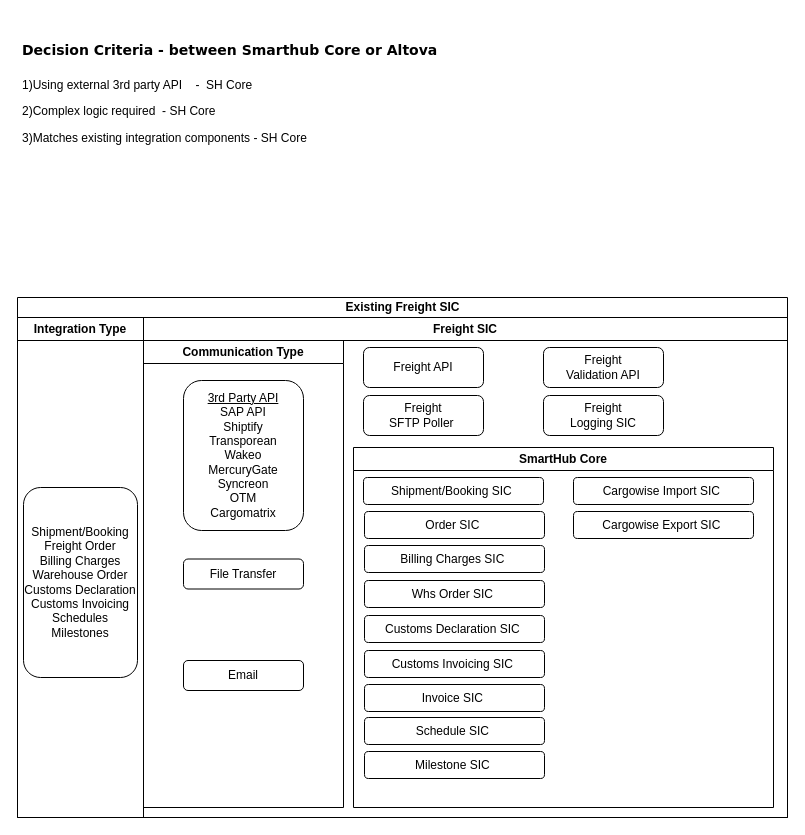
Cyrolies/TigersFreightDocs keeps this draw.io diagram as Untitled Diagram.drawio. Above is the earlier version. Source tidied: cells renumbered, new cells numbered last; positions are measured from the earlier drawing's top-left corner, leaving out a move shared by most shapes. Both pictures are drawn from the tidied source at 100%, with x=0, y=0 at pixel (17, 27).
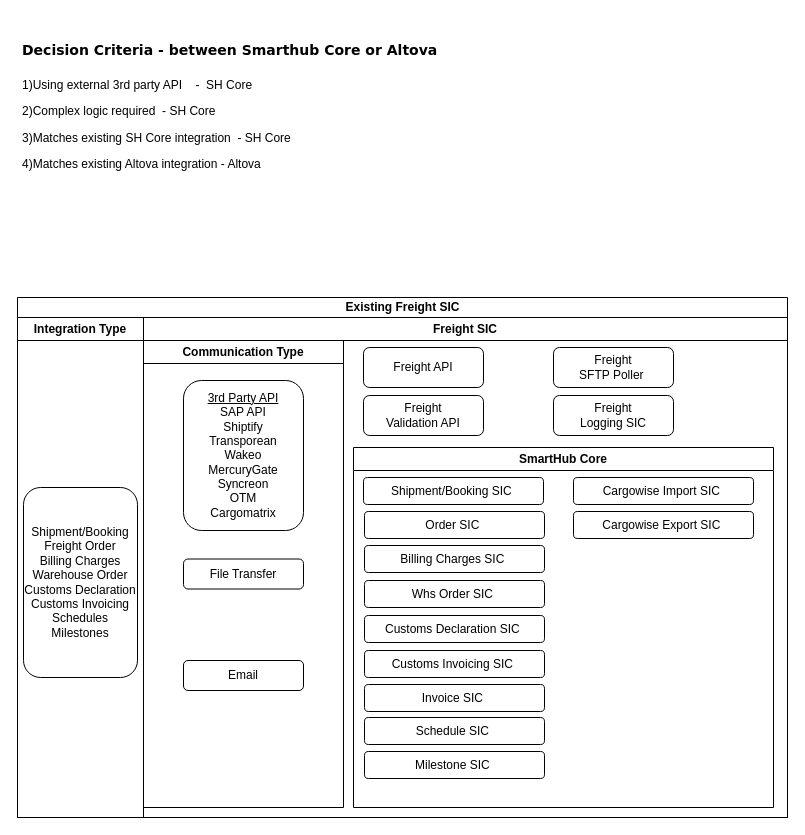
The same diagram, later.

Unchanged cells that the change refers to:
```xml
<mxCell id="5" value="Freight SIC" style="swimlane;whiteSpace=wrap;html=1;rounded=0;fontFamily=Helvetica;fontSize=12;fontColor=default;fillColor=none;gradientColor=none;" parent="2" vertex="1">
  <mxGeometry x="126" y="20" width="644" height="500" as="geometry" />
</mxCell>
```

What changed in the source:
```diff
@@
     <mxCell id="11" value="Freight &lt;br&gt;SFTP Poller&amp;nbsp;" style="rounded=1;whiteSpace=wrap;html=1;fontFamily=Helvetica;fontSize=12;fontColor=default;fillColor=none;gradientColor=none;" parent="5" vertex="1">
-      <mxGeometry x="220" y="78" width="120" height="40" as="geometry" />
+      <mxGeometry x="410" y="30" width="120" height="40" as="geometry" />
     </mxCell>
@@
     <mxCell id="24" value="Freight &lt;br&gt;Validation API" style="rounded=1;whiteSpace=wrap;html=1;fontFamily=Helvetica;fontSize=12;fontColor=default;fillColor=none;gradientColor=none;" parent="5" vertex="1">
-      <mxGeometry x="400" y="30" width="120" height="40" as="geometry" />
+      <mxGeometry x="220" y="78" width="120" height="40" as="geometry" />
     </mxCell>
     <mxCell id="25" value="Freight &lt;br&gt;Logging SIC" style="rounded=1;whiteSpace=wrap;html=1;fontFamily=Helvetica;fontSize=12;fontColor=default;fillColor=none;gradientColor=none;" parent="5" vertex="1">
-      <mxGeometry x="400" y="78" width="120" height="40" as="geometry" />
+      <mxGeometry x="410" y="78" width="120" height="40" as="geometry" />
     </mxCell>
-    <mxCell id="26" value="&lt;h1&gt;&lt;font face=&quot;Verdana&quot; style=&quot;font-size: 14px;&quot;&gt;Decision Criteria - between Smarthub Core or Altova&lt;/font&gt;&lt;/h1&gt;&lt;p&gt;1)Using external 3rd party API&amp;nbsp; &amp;nbsp; -&amp;nbsp; SH Core&lt;/p&gt;&lt;p&gt;2)Complex logic required&amp;nbsp; - SH Core&lt;/p&gt;&lt;p&gt;3)Matches existing integration components - SH Core&lt;/p&gt;" style="text;html=1;strokeColor=none;fillColor=none;spacing=5;spacingTop=-20;whiteSpace=wrap;overflow=hidden;rounded=0;fontSize=12;fontFamily=Helvetica;fontColor=default;align=left;" parent="1" vertex="1">
+    <mxCell id="26" value="&lt;h1&gt;&lt;font face=&quot;Verdana&quot; style=&quot;font-size: 14px;&quot;&gt;Decision Criteria - between Smarthub Core or Altova&lt;/font&gt;&lt;/h1&gt;&lt;p&gt;1)Using external 3rd party API&amp;nbsp; &amp;nbsp; -&amp;nbsp; SH Core&lt;/p&gt;&lt;p&gt;2)Complex logic required&amp;nbsp; - SH Core&lt;/p&gt;&lt;p&gt;3)Matches existing SH Core integration&amp;nbsp; - SH Core&lt;/p&gt;&lt;p&gt;4)Matches existing Altova integration - Altova&lt;/p&gt;&lt;p&gt;&lt;br&gt;&lt;/p&gt;" style="text;html=1;strokeColor=none;fillColor=none;spacing=5;spacingTop=-20;whiteSpace=wrap;overflow=hidden;rounded=0;fontSize=12;fontFamily=Helvetica;fontColor=default;align=left;" parent="1" vertex="1">
       <mxGeometry width="766" height="190" as="geometry" />
     </mxCell>
```
